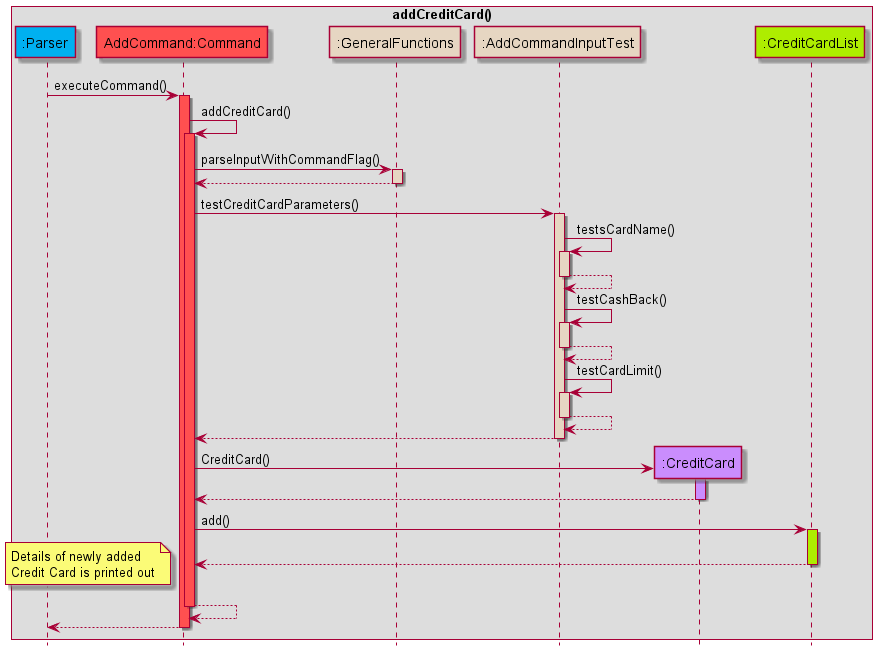
nus-cs2113-AY2122S2/tp keeps this PlantUML diagram as docs/images/Add_Credit_Card_Command_Sequence_Diagram.png. Above is the earlier version.
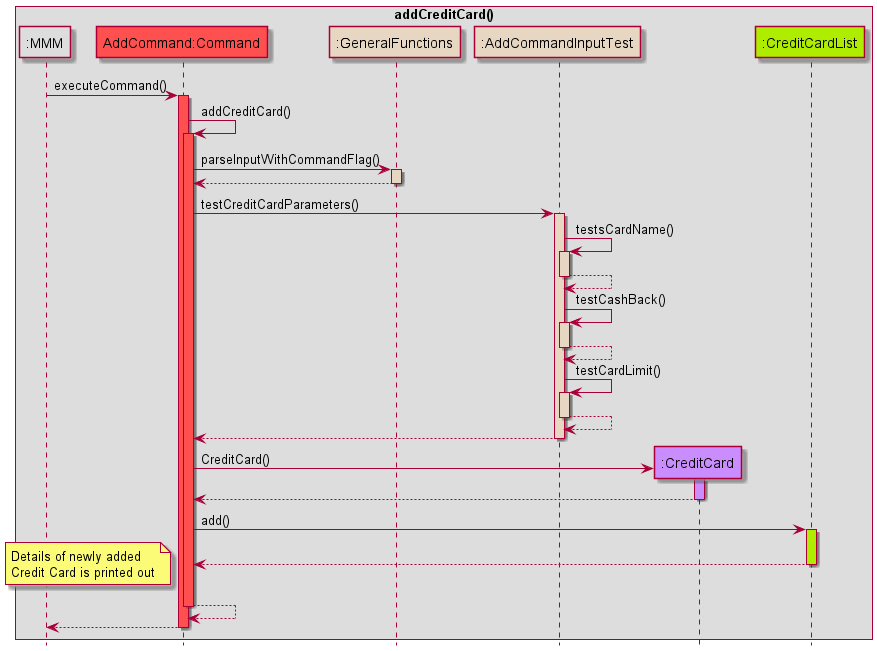
After the change.

Commit message:
Update Sequence Diagrams

Diff of the diagram source:
```diff
@@ -2,7 +2,7 @@
 !include Style.puml
 
 box addCreditCard()
-participant ":Parser" as Parser PARSER_COLOUR
+participant ":MMM" as MMM MMM_COLOUR
 participant "AddCommand:Command" as AddCommand COMMANDS_COLOUR
 participant ":GeneralFunctions" as GeneralFunctions HELPER_COLOUR
 participant ":AddCommandInputTest" as AddCommandInputTest HELPER_COLOUR
@@ -11,7 +11,7 @@
 
 end box
 hide footbox
-Parser -> AddCommand: executeCommand()
+MMM -> AddCommand: executeCommand()
 activate AddCommand COMMANDS_COLOUR
 
 AddCommand -> AddCommand: addCreditCard()
@@ -62,6 +62,6 @@
 
 AddCommand --> AddCommand:
 deactivate AddCommand
-AddCommand --> Parser:
+AddCommand --> MMM:
 deactivate AddCommand
 @enduml
```
